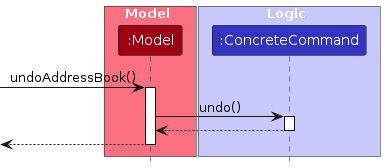
Earlier version of the PlantUML export diagrams/UndoSequenceDiagram-Model.png (charlesliyifeng/tp). Its source is kept beside it as diagrams/UndoSequenceDiagram-Model.puml.
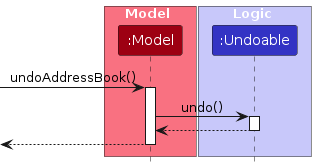
The same diagram one commit later.

Diff of the diagram source:
```diff
@@ -7,17 +7,17 @@
 end box
 
 box Logic LOGIC_COLOR_T1
-participant ":ConcreteCommand" as ConcreteCommand LOGIC_COLOR
+participant ":Undoable" as Undoable LOGIC_COLOR
 end box
 
 [-> Model : undoAddressBook()
 activate Model
 
-Model -> ConcreteCommand : undo()
-activate ConcreteCommand
+Model -> Undoable : undo()
+activate Undoable
 
-ConcreteCommand --> Model
-deactivate ConcreteCommand
+Undoable --> Model
+deactivate Undoable
 
 [<-- Model
 deactivate Model
```
